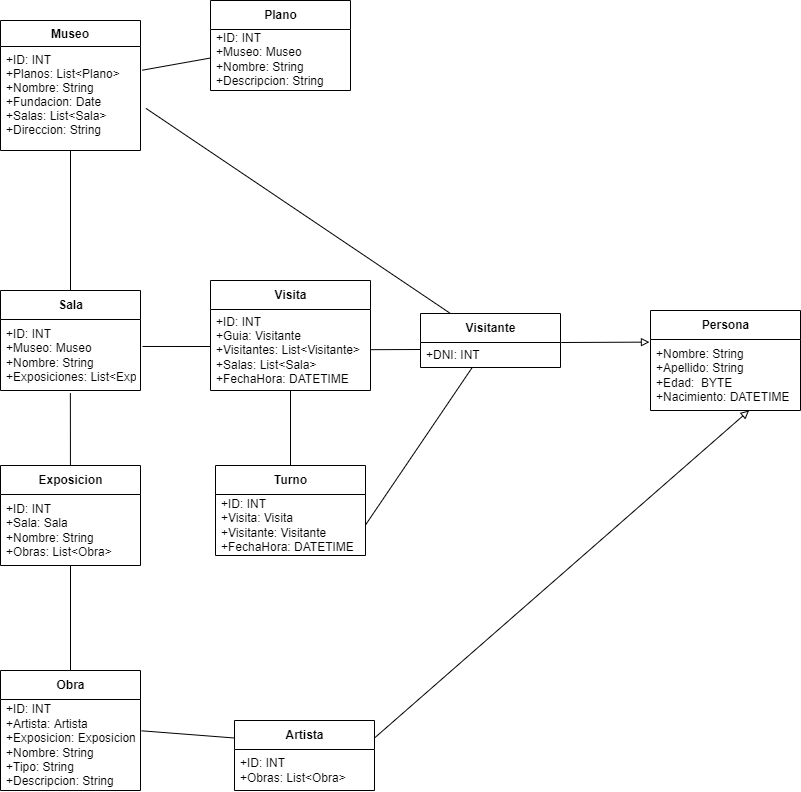
This is docs/Diagrama_de_Clases.drawio.png from ArturoCruz606/OlimpiadaMuseo2022, a draw.io export, as it was before one commit. Source tidied: cells renumbered, new cells last; positions are measured from the earlier drawing's top-left corner, leaving out a move shared by most shapes.
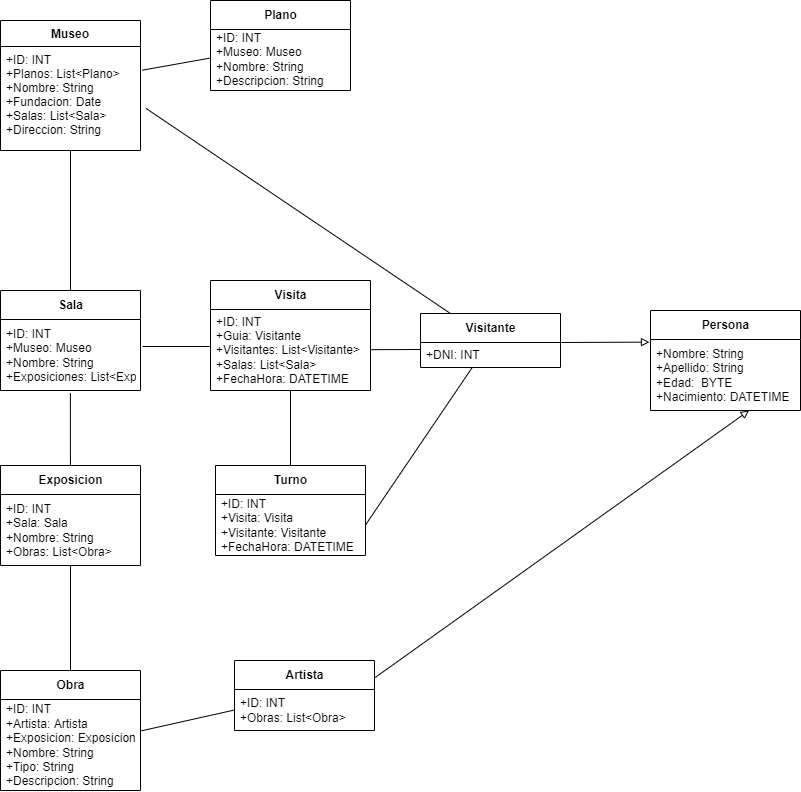
The same file after the commit.

The edit, as a diff of the source:
```diff
@@ -70,7 +70,7 @@
     <mxCell id="23" value="+ID: INT&lt;br&gt;+Artista: Artista&lt;br&gt;+Exposicion: Exposicion&lt;br&gt;+Nombre: String&lt;br&gt;+Tipo: String&lt;br&gt;+Descripcion: String" style="text;html=1;strokeColor=none;fillColor=none;align=left;verticalAlign=middle;spacingLeft=4;spacingRight=4;overflow=hidden;points=[[0,0.5],[1,0.5]];portConstraint=eastwest;" parent="22" vertex="1">
       <mxGeometry y="29" width="140" height="91" as="geometry" />
     </mxCell>
-    <mxCell id="24" style="edgeStyle=none;html=1;entryX=1.007;entryY=0.344;entryDx=0;entryDy=0;entryPerimeter=0;startArrow=none;startFill=0;endArrow=none;endFill=0;exitX=0;exitY=0.25;exitDx=0;exitDy=0;" parent="1" edge="1" source="27" target="23">
+    <mxCell id="24" style="edgeStyle=none;html=1;entryX=1.007;entryY=0.344;entryDx=0;entryDy=0;entryPerimeter=0;startArrow=none;startFill=0;endArrow=none;endFill=0;exitX=0;exitY=0.5;exitDx=0;exitDy=0;" parent="1" edge="1" source="28" target="23">
       <mxGeometry relative="1" as="geometry" />
     </mxCell>
     <mxCell id="25" value="Persona" style="swimlane;fontStyle=1;align=center;verticalAlign=middle;horizontal=1;startSize=29;html=1;" parent="1" vertex="1">
@@ -80,7 +80,7 @@
       <mxGeometry y="29" width="150" height="71" as="geometry" />
     </mxCell>
     <mxCell id="27" value="Artista" style="swimlane;fontStyle=1;align=center;verticalAlign=middle;horizontal=1;startSize=29;html=1;" parent="1" vertex="1">
-      <mxGeometry x="234" y="720" width="140" height="70" as="geometry" />
+      <mxGeometry x="234" y="660" width="140" height="70" as="geometry" />
     </mxCell>
     <mxCell id="28" value="+ID: INT&lt;br&gt;+Obras: List&amp;lt;Obra&amp;gt;" style="text;html=1;strokeColor=none;fillColor=none;align=left;verticalAlign=middle;spacingLeft=4;spacingRight=4;overflow=hidden;points=[[0,0.5],[1,0.5]];portConstraint=eastwest;" parent="27" vertex="1">
       <mxGeometry y="29" width="140" height="41" as="geometry" />
```
